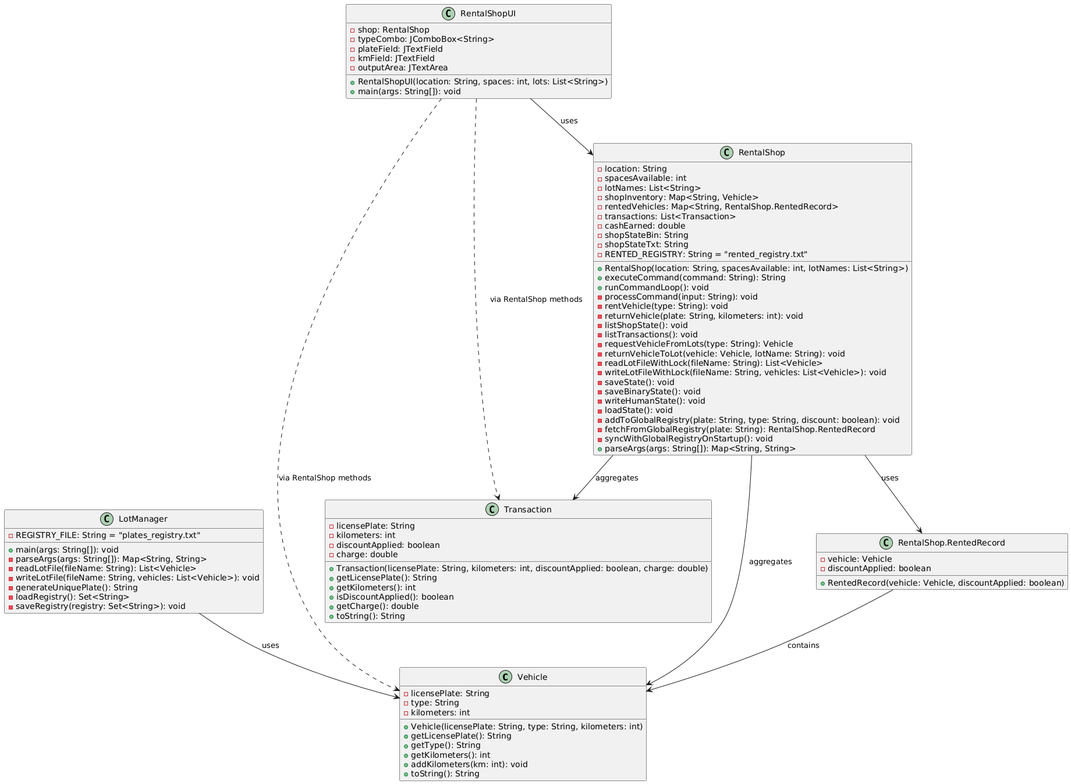
JenVicen/Project2-OperatingSystems keeps this PlantUML diagram as documentation/Diagram1.png. Above is the earlier version.
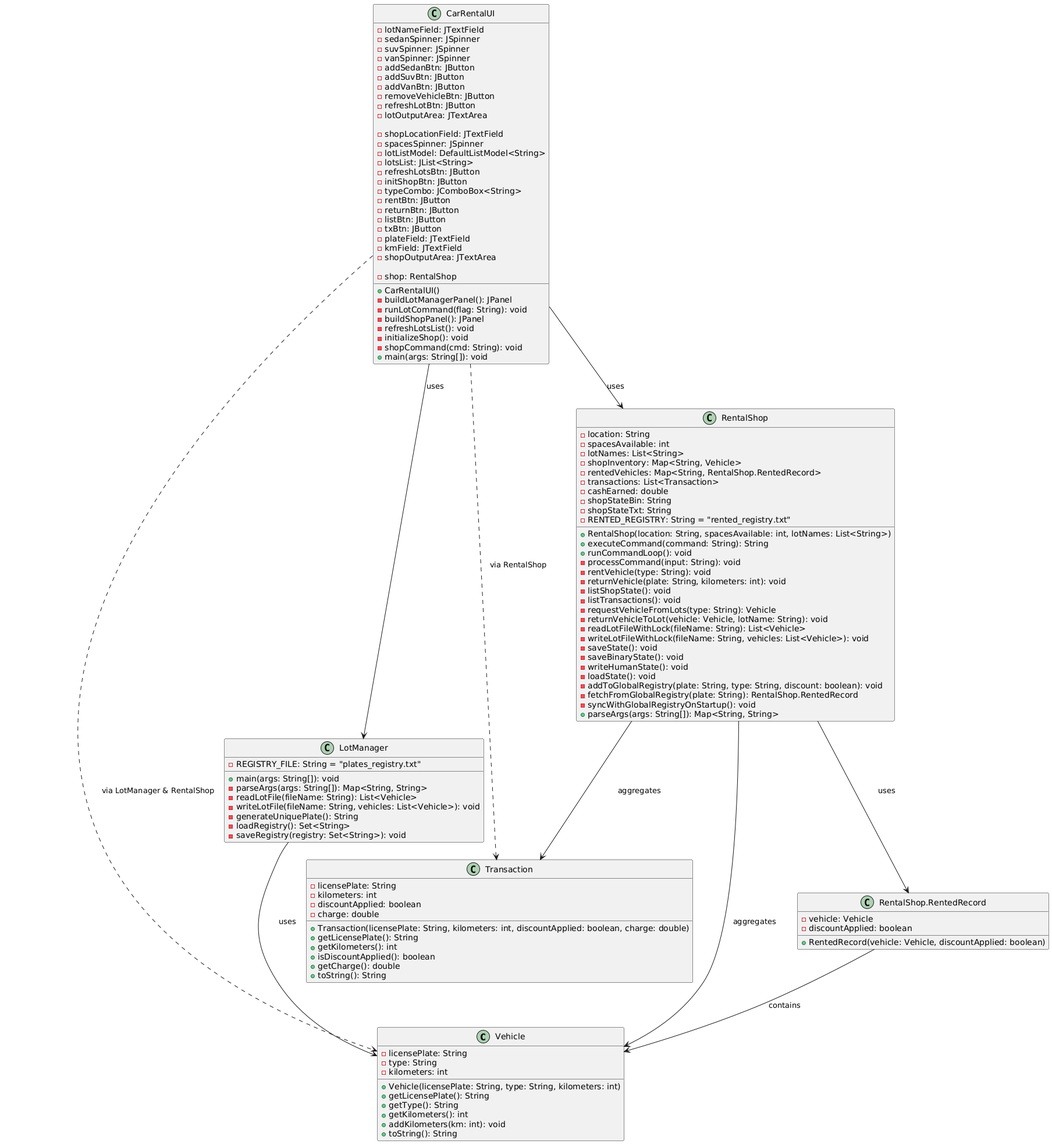
Above is the later version.

Diff of the diagram source:
```diff
@@ -74,13 +74,42 @@
   + RentedRecord(vehicle: Vehicle, discountApplied: boolean)
 }
 
-class RentalShopUI {
-  - shop: RentalShop
+class CarRentalUI {
+  - lotNameField: JTextField
+  - sedanSpinner: JSpinner
+  - suvSpinner: JSpinner
+  - vanSpinner: JSpinner
+  - addSedanBtn: JButton
+  - addSuvBtn: JButton
+  - addVanBtn: JButton
+  - removeVehicleBtn: JButton
+  - refreshLotBtn: JButton
+  - lotOutputArea: JTextArea
+
+  - shopLocationField: JTextField
+  - spacesSpinner: JSpinner
+  - lotListModel: DefaultListModel<String>
+  - lotsList: JList<String>
+  - refreshLotsBtn: JButton
+  - initShopBtn: JButton
   - typeCombo: JComboBox<String>
+  - rentBtn: JButton
+  - returnBtn: JButton
+  - listBtn: JButton
+  - txBtn: JButton
   - plateField: JTextField
   - kmField: JTextField
-  - outputArea: JTextArea
-  + RentalShopUI(location: String, spaces: int, lots: List<String>)
+  - shopOutputArea: JTextArea
+
+  - shop: RentalShop
+
+  + CarRentalUI()
+  - buildLotManagerPanel(): JPanel
+  - runLotCommand(flag: String): void
+  - buildShopPanel(): JPanel
+  - refreshLotsList(): void
+  - initializeShop(): void
+  - shopCommand(cmd: String): void
   + main(args: String[]): void
 }
 
@@ -89,7 +118,8 @@
 RentalShop --> Transaction : aggregates
 RentalShop --> RentedRecord : uses
 RentedRecord --> Vehicle : contains
-RentalShopUI --> RentalShop : uses
-RentalShopUI ..> Vehicle : via RentalShop methods
-RentalShopUI ..> Transaction : via RentalShop methods
+CarRentalUI --> LotManager : uses
+CarRentalUI --> RentalShop : uses
+CarRentalUI ..> Vehicle : via LotManager & RentalShop
+CarRentalUI ..> Transaction : via RentalShop
 @enduml
```
